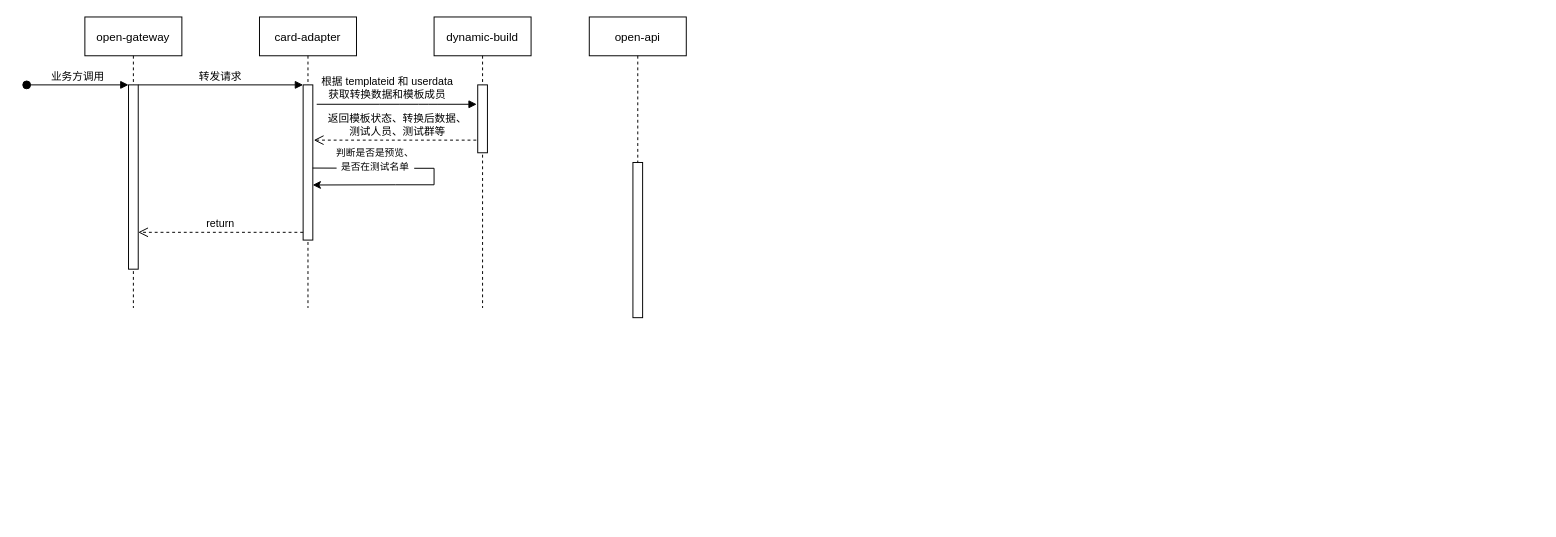
Before: 未命名绘图.drawio in leaderyangzi/12306, a draw.io diagram. Source tidied: cells renumbered, new cells numbered last; positions are measured from the earlier drawing's top-left corner, leaving out a move shared by most shapes. Both pictures are drawn from the tidied source at 97%, with x=0, y=0 at pixel (26, 16).
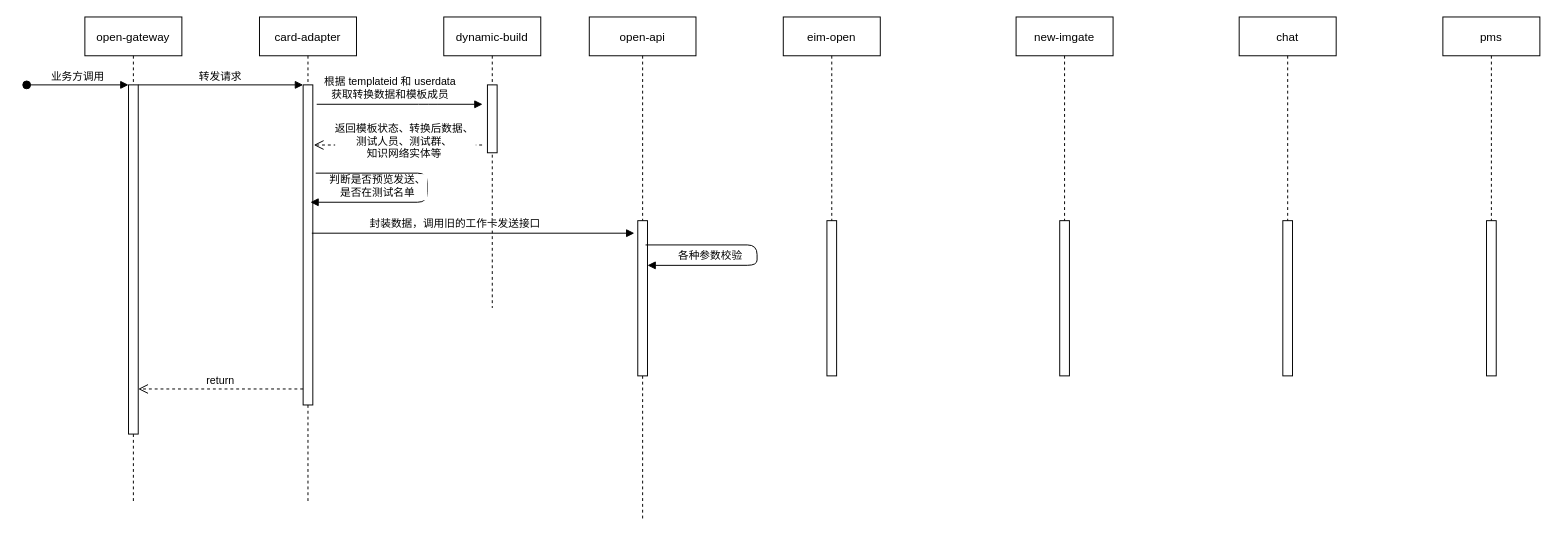
After the change.

Commit message:
更新未命名绘图.drawio

Unchanged cells that the change refers to:
```xml
<mxCell id="13" style="points=[];perimeter=orthogonalPerimeter;rounded=0;shadow=0;strokeWidth=1;" parent="12" vertex="1">
  <mxGeometry x="45" y="70" width="10" height="70" as="geometry" />
</mxCell>
```

Diff of the diagram source:
```diff
@@
     <mxCell id="2" value="open-gateway" style="shape=umlLifeline;perimeter=lifelinePerimeter;rounded=0;shadow=0;strokeWidth=1;" parent="1" vertex="1">
-      <mxGeometry x="60" width="100" height="300" as="geometry" />
+      <mxGeometry x="60" width="100" height="500" as="geometry" />
     </mxCell>
     <mxCell id="3" style="points=[];perimeter=orthogonalPerimeter;rounded=0;shadow=0;strokeWidth=1;" parent="2" vertex="1">
-      <mxGeometry x="45" y="70" width="10" height="190" as="geometry" />
+      <mxGeometry x="45" y="70" width="10" height="360" as="geometry" />
     </mxCell>
@@
     <mxCell id="5" value="card-adapter" style="shape=umlLifeline;perimeter=lifelinePerimeter;rounded=0;shadow=0;strokeWidth=1;" parent="1" vertex="1">
-      <mxGeometry x="240" width="100" height="300" as="geometry" />
+      <mxGeometry x="240" width="100" height="500" as="geometry" />
     </mxCell>
     <mxCell id="6" style="points=[];perimeter=orthogonalPerimeter;rounded=0;shadow=0;strokeWidth=1;" parent="5" vertex="1">
-      <mxGeometry x="45" y="70" width="10" height="160" as="geometry" />
+      <mxGeometry x="45" y="70" width="10" height="330" as="geometry" />
     </mxCell>
-    <mxCell id="7" style="endArrow=classic;html=1;rounded=0;exitX=0.982;exitY=0.536;exitDx=0;exitDy=0;exitPerimeter=0;entryX=0.982;entryY=0.645;entryDx=0;entryDy=0;entryPerimeter=0;" parent="5" edge="1" source="6" target="6">
-      <mxGeometry relative="1" as="geometry">
-        <Array as="points">
-          <mxPoint x="140" y="156" />
-          <mxPoint x="180" y="156" />
-          <mxPoint x="180" y="173" />
-          <mxPoint x="140" y="173" />
-        </Array>
-      </mxGeometry>
-    </mxCell>
-    <mxCell id="8" value="&lt;font style=&quot;font-size: 10px;&quot;&gt;判断是否是预览、&lt;br&gt;是否在测试名单&lt;/font&gt;" style="edgeLabel;html=1;align=center;verticalAlign=middle;" parent="7" vertex="1">
-      <mxGeometry x="-0.58" y="3" relative="1" as="geometry">
-        <mxPoint x="8" y="-6" as="offset" />
-      </mxGeometry>
-    </mxCell>
@@
-    <mxCell id="11" value="返回模板状态、转换后数据、&#10;测试人员、测试群等" style="verticalAlign=bottom;endArrow=open;dashed=1;endSize=8;shadow=0;strokeWidth=1;entryX=1.1;entryY=0.356;entryDx=0;entryDy=0;entryPerimeter=0;" parent="1" edge="1" source="12" target="6">
-      <mxGeometry relative="1" as="geometry" />
+    <mxCell id="11" value="返回模板状态、转换后数据、&#10;测试人员、测试群、&#10;知识网络实体等" style="verticalAlign=bottom;endArrow=open;dashed=1;endSize=8;shadow=0;strokeWidth=1;entryX=1.1;entryY=0.356;entryDx=0;entryDy=0;entryPerimeter=0;" parent="1" edge="1">
+      <mxGeometry x="-0.08" y="18" relative="1" as="geometry">
+        <mxPoint x="469.5" y="132" as="sourcePoint" />
+        <mxPoint x="296" y="132" as="targetPoint" />
+        <Array as="points">
+          <mxPoint x="400" y="132" />
+        </Array>
+      </mxGeometry>
     </mxCell>
     <mxCell id="12" value="dynamic-build" style="shape=umlLifeline;perimeter=lifelinePerimeter;rounded=0;shadow=0;strokeWidth=1;" parent="1" vertex="1">
-      <mxGeometry x="420" width="100" height="300" as="geometry" />
+      <mxGeometry x="430" width="100" height="300" as="geometry" />
     </mxCell>
@@
+    <mxCell id="17" value="判断是否预览发送、&#10;是否在测试名单" style="verticalAlign=bottom;endArrow=block;shadow=0;strokeWidth=1;" parent="12" edge="1">
+      <mxGeometry x="0.48" y="-1" relative="1" as="geometry">
+        <mxPoint x="-132" y="161" as="sourcePoint" />
+        <mxPoint x="-137.5" y="191" as="targetPoint" />
+        <Array as="points">
+          <mxPoint x="-17" y="161" />
+          <mxPoint x="-17" y="191" />
+        </Array>
+      </mxGeometry>
+    </mxCell>
-    <mxCell id="14" value="根据 templateid 和 userdata&#10;获取转换数据和模板成员" style="verticalAlign=bottom;endArrow=block;shadow=0;strokeWidth=1;" parent="1" edge="1">
+    <mxCell id="14" value="根据 templateid 和 userdata&#10;获取转换数据和模板成员" style="verticalAlign=bottom;endArrow=block;shadow=0;strokeWidth=1;entryX=-0.5;entryY=0.286;entryDx=0;entryDy=0;entryPerimeter=0;" parent="1" edge="1" target="13">
       <mxGeometry x="-0.11" y="1" relative="1" as="geometry">
         <mxPoint x="299" y="90" as="sourcePoint" />
-        <mxPoint x="464" y="90" as="targetPoint" />
         <Array as="points">
-          <mxPoint x="374" y="90" />
           <mxPoint x="414" y="90" />
         </Array>
       </mxGeometry>
     </mxCell>
     <mxCell id="15" value="open-api" style="shape=umlLifeline;perimeter=lifelinePerimeter;rounded=0;shadow=0;strokeWidth=1;" parent="1" vertex="1">
-      <mxGeometry x="580" width="100" height="300" as="geometry" />
+      <mxGeometry x="580" width="110" height="520" as="geometry" />
     </mxCell>
     <mxCell id="16" style="points=[];perimeter=orthogonalPerimeter;rounded=0;shadow=0;strokeWidth=1;" parent="15" vertex="1">
-      <mxGeometry x="45" y="150" width="10" height="160" as="geometry" />
+      <mxGeometry x="50" y="210" width="10" height="160" as="geometry" />
     </mxCell>
+    <mxCell id="18" value="封装数据，调用旧的工作卡发送接口" style="verticalAlign=bottom;endArrow=block;shadow=0;strokeWidth=1;exitX=1.1;exitY=0.546;exitDx=0;exitDy=0;exitPerimeter=0;" parent="1" edge="1">
+      <mxGeometry x="-0.11" y="1" relative="1" as="geometry">
+        <mxPoint x="294" y="222.9" as="sourcePoint" />
+        <mxPoint x="626.5" y="222.9" as="targetPoint" />
+      </mxGeometry>
+    </mxCell>
+    <mxCell id="19" value="eim-open" style="shape=umlLifeline;perimeter=lifelinePerimeter;rounded=0;shadow=0;strokeWidth=1;" parent="1" vertex="1">
+      <mxGeometry x="780" width="100" height="300" as="geometry" />
+    </mxCell>
+    <mxCell id="20" style="perimeter=orthogonalPerimeter;rounded=0;shadow=0;strokeWidth=1;" parent="19" vertex="1">
+      <mxGeometry x="45" y="210" width="10" height="160" as="geometry" />
+    </mxCell>
+    <mxCell id="21" value="new-imgate" style="shape=umlLifeline;perimeter=lifelinePerimeter;rounded=0;shadow=0;strokeWidth=1;" parent="1" vertex="1">
+      <mxGeometry x="1020" width="100" height="300" as="geometry" />
+    </mxCell>
+    <mxCell id="22" style="perimeter=orthogonalPerimeter;rounded=0;shadow=0;strokeWidth=1;" parent="21" vertex="1">
+      <mxGeometry x="45" y="210" width="10" height="160" as="geometry" />
+    </mxCell>
+    <mxCell id="23" value="chat" style="shape=umlLifeline;perimeter=lifelinePerimeter;rounded=0;shadow=0;strokeWidth=1;" parent="1" vertex="1">
+      <mxGeometry x="1250" width="100" height="300" as="geometry" />
+    </mxCell>
+    <mxCell id="24" style="perimeter=orthogonalPerimeter;rounded=0;shadow=0;strokeWidth=1;" parent="23" vertex="1">
+      <mxGeometry x="45" y="210" width="10" height="160" as="geometry" />
+    </mxCell>
+    <mxCell id="25" value="pms" style="shape=umlLifeline;perimeter=lifelinePerimeter;rounded=0;shadow=0;strokeWidth=1;" parent="1" vertex="1">
+      <mxGeometry x="1460" width="100" height="300" as="geometry" />
+    </mxCell>
+    <mxCell id="26" style="perimeter=orthogonalPerimeter;rounded=0;shadow=0;strokeWidth=1;" parent="25" vertex="1">
+      <mxGeometry x="45" y="210" width="10" height="160" as="geometry" />
+    </mxCell>
+    <mxCell id="27" value="各种参数校验" style="verticalAlign=bottom;endArrow=block;shadow=0;strokeWidth=1;entryX=1;entryY=0.288;entryDx=0;entryDy=0;entryPerimeter=0;" parent="1" edge="1" target="16">
+      <mxGeometry x="0.48" y="-1" relative="1" as="geometry">
+        <mxPoint x="638" y="235" as="sourcePoint" />
+        <Array as="points">
+          <mxPoint x="753" y="235" />
+          <mxPoint x="753" y="256" />
+        </Array>
+      </mxGeometry>
+    </mxCell>
```
